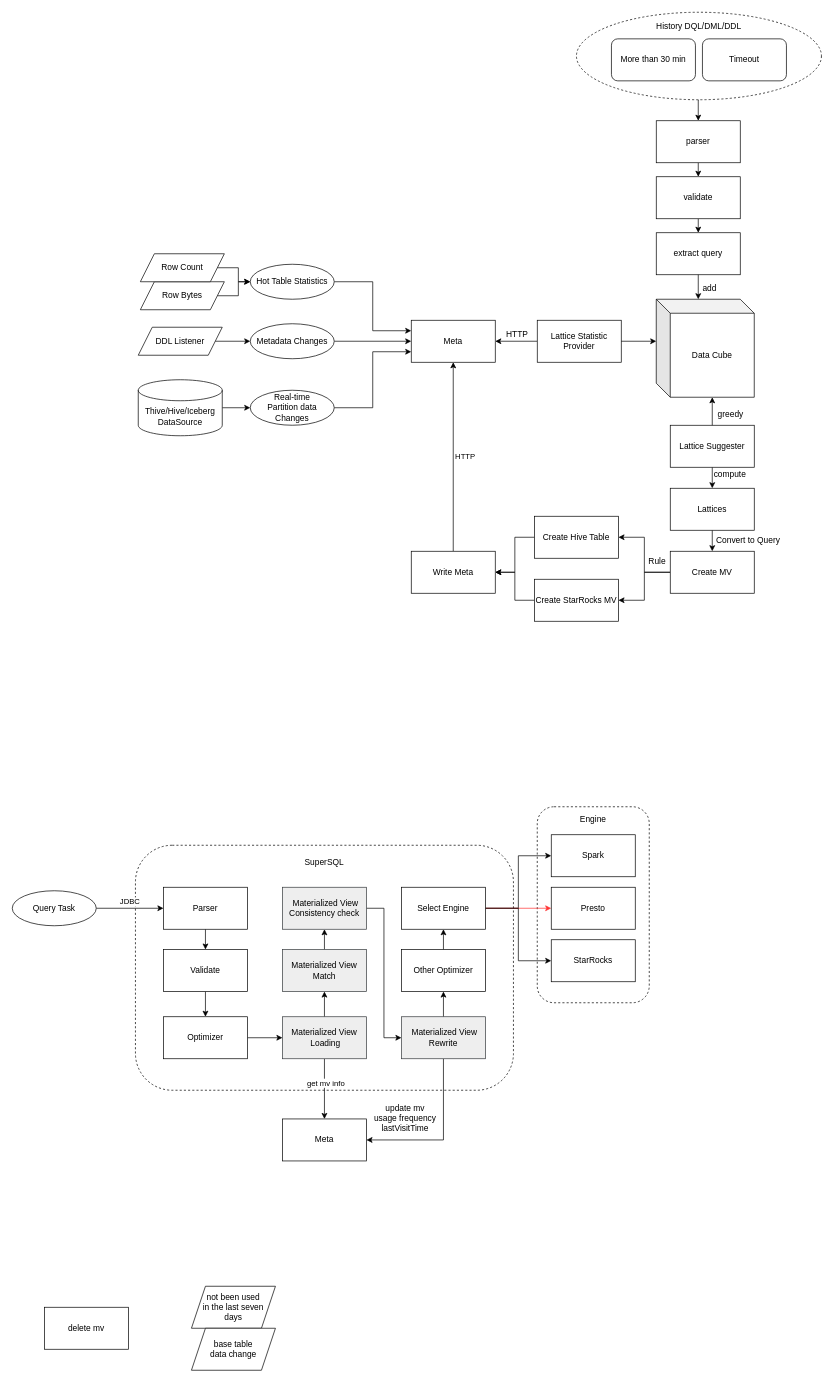
Before: 自动物化视图.drawio in allendang001/charts, a draw.io diagram. Source tidied: cells renumbered, new cells numbered last; positions are measured from the earlier drawing's top-left corner, leaving out a move shared by most shapes. Both pictures are drawn from the tidied source at 70%, with x=0, y=0 at pixel (12, 12).
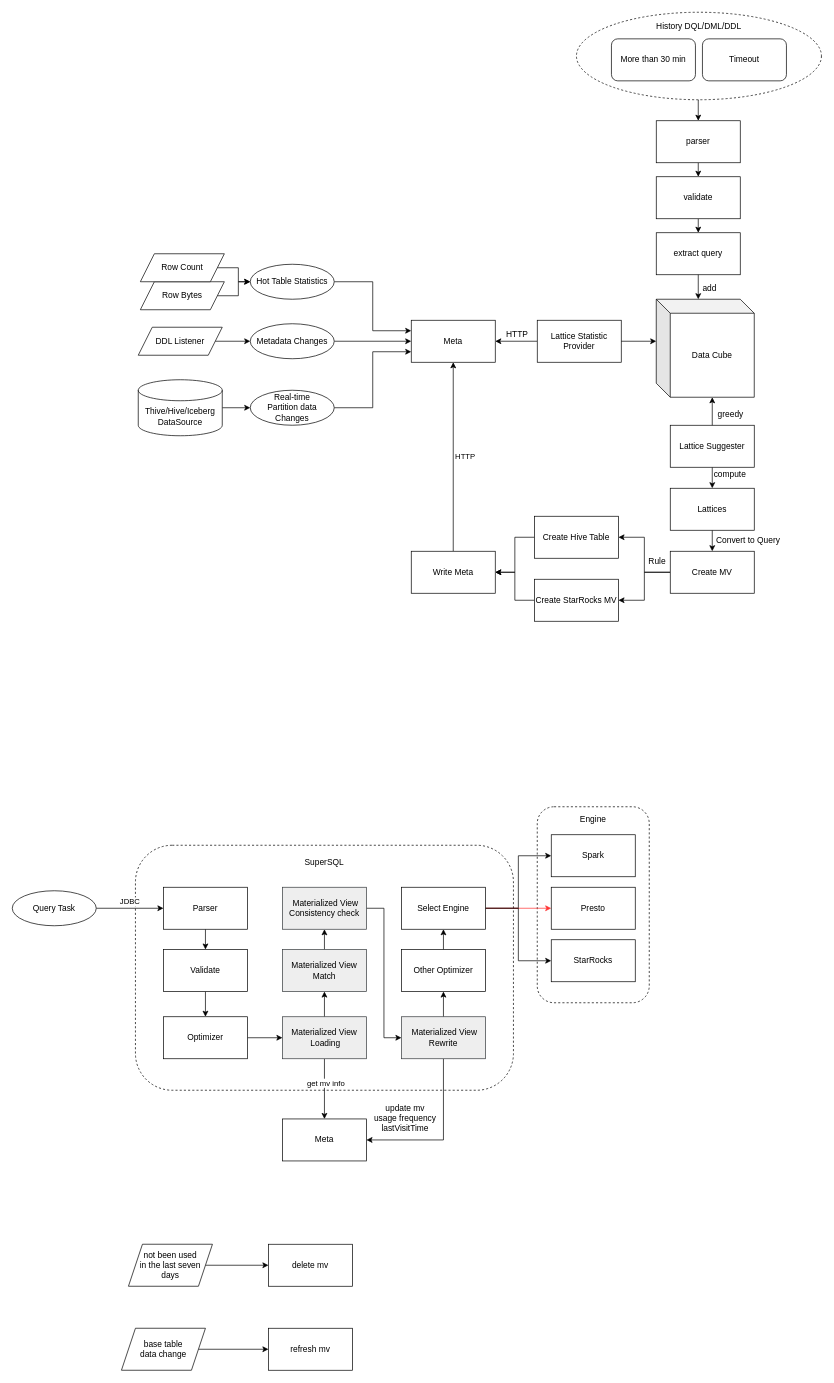
The same page after the edit.

Commit message:
更新自动物化视图.drawio

Change to the diagram source:
```diff
@@
     <mxCell id="85" value="delete mv" style="rounded=0;whiteSpace=wrap;html=1;" parent="1" vertex="1">
-      <mxGeometry x="46" y="1850" width="120" height="60" as="geometry" />
+      <mxGeometry x="366" y="1760" width="120" height="60" as="geometry" />
     </mxCell>
+    <mxCell id="88" style="edgeStyle=orthogonalEdgeStyle;rounded=0;jettySize=auto;html=1;exitX=1;exitY=0.5;exitDx=0;exitDy=0;entryX=0;entryY=0.5;entryDx=0;entryDy=0;" parent="1" edge="1" source="86" target="85">
+      <mxGeometry relative="1" as="geometry" />
+    </mxCell>
     <mxCell id="86" value="not been used &lt;br&gt;in the last seven &lt;br&gt;days" style="shape=parallelogram;perimeter=parallelogramPerimeter;whiteSpace=wrap;html=1;fixedSize=1;" parent="1" vertex="1">
-      <mxGeometry x="256" y="1820" width="120" height="60" as="geometry" />
+      <mxGeometry x="166" y="1760" width="120" height="60" as="geometry" />
     </mxCell>
+    <mxCell id="89" style="edgeStyle=orthogonalEdgeStyle;rounded=0;jettySize=auto;html=1;exitX=1;exitY=0.5;exitDx=0;exitDy=0;entryX=0;entryY=0.5;entryDx=0;entryDy=0;" parent="1" edge="1" source="87" target="90">
+      <mxGeometry relative="1" as="geometry" />
+    </mxCell>
     <mxCell id="87" value="base table &lt;br&gt;data change" style="shape=parallelogram;perimeter=parallelogramPerimeter;whiteSpace=wrap;html=1;fixedSize=1;" parent="1" vertex="1">
-      <mxGeometry x="256" y="1880" width="120" height="60" as="geometry" />
+      <mxGeometry x="156" y="1880" width="120" height="60" as="geometry" />
     </mxCell>
+    <mxCell id="90" value="refresh mv" style="rounded=0;whiteSpace=wrap;html=1;" parent="1" vertex="1">
+      <mxGeometry x="366" y="1880" width="120" height="60" as="geometry" />
+    </mxCell>
```
